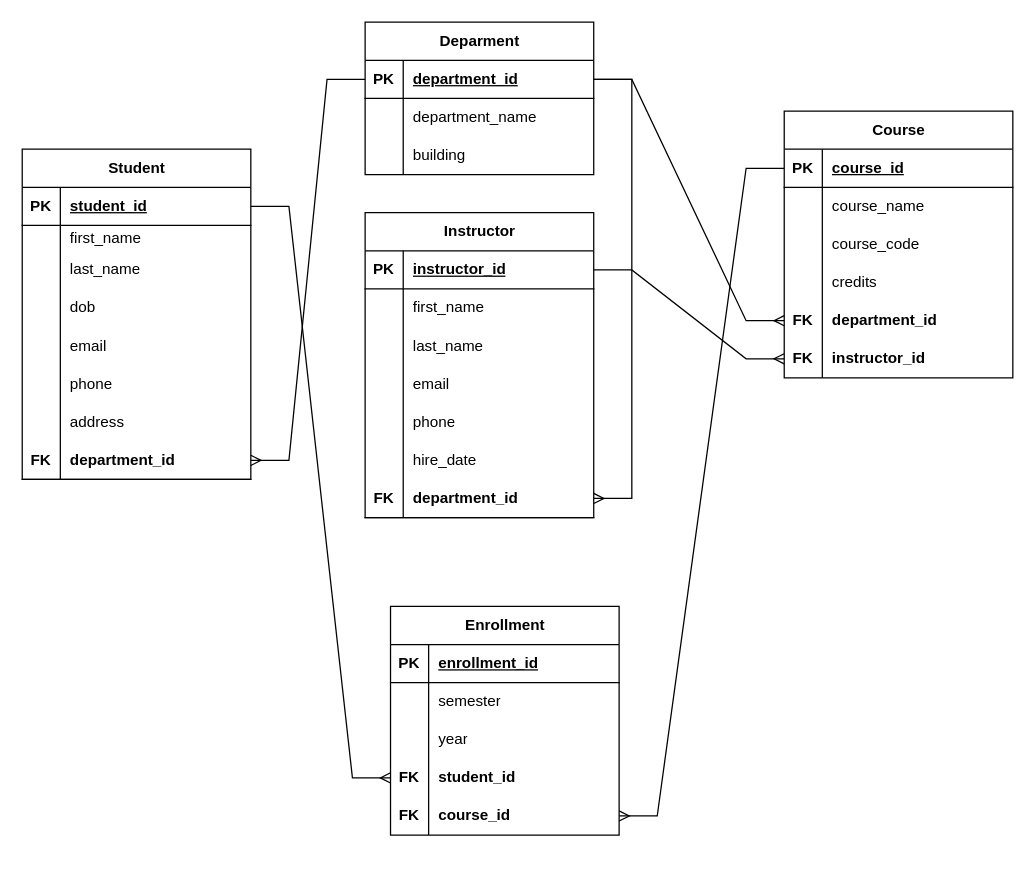
Earlier version of the draw.io diagram ERver1.drawio (queencherryd/CS1103). Source tidied: cells renumbered, new cells numbered last; positions are measured from the earlier drawing's top-left corner, leaving out a move shared by most shapes. Both pictures are drawn from the tidied source at 127%, with x=0, y=0 at pixel (22, 22).
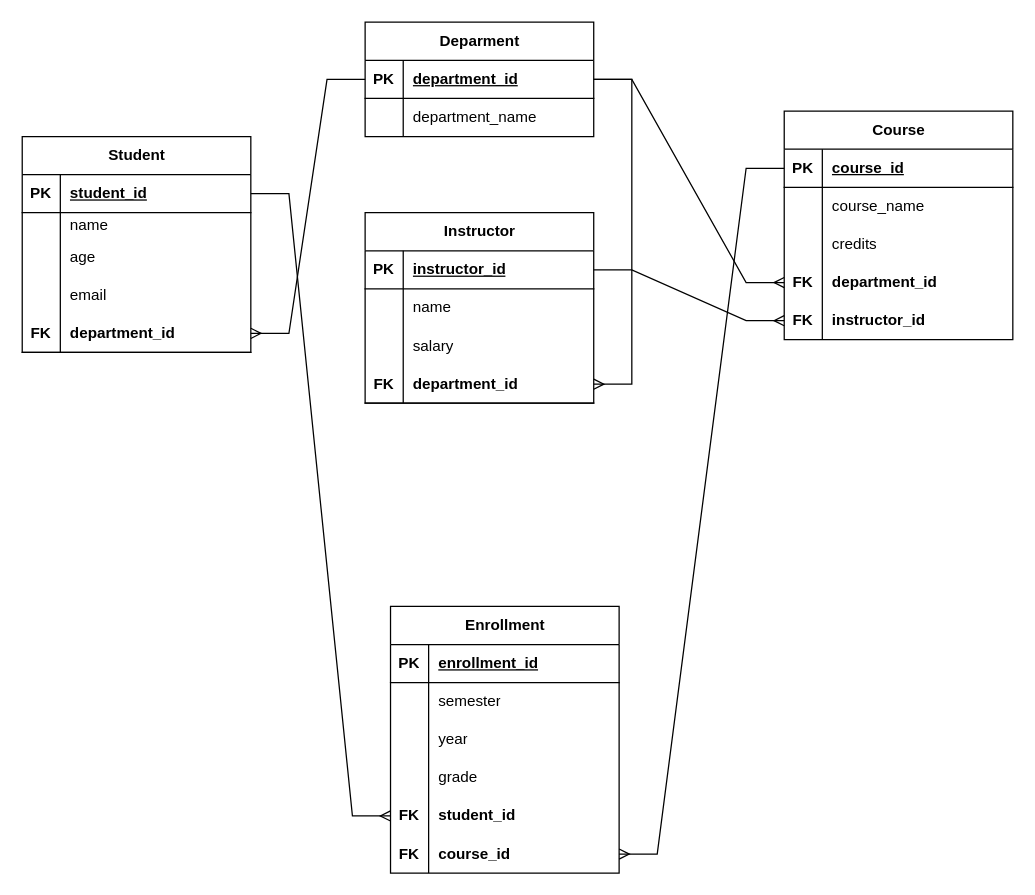
The same diagram, later.

The change refers to these unchanged cells:
```xml
<mxCell id="6" style="shape=tableRow;horizontal=0;startSize=0;swimlaneHead=0;swimlaneBody=0;fillColor=none;top=0;left=0;right=0;bottom=0;labelBackgroundColor=none;" parent="2" vertex="1">
  <mxGeometry y="60" width="180" height="20" as="geometry" />
</mxCell>
<mxCell id="31" style="shape=tableRow;horizontal=0;startSize=0;swimlaneHead=0;swimlaneBody=0;fillColor=none;top=0;left=0;right=0;bottom=0;labelBackgroundColor=none;" parent="27" vertex="1">
  <mxGeometry y="60" width="180" height="30" as="geometry" />
</mxCell>
```

Diff of the diagram source:
```diff
@@
     <mxCell id="2" value="Student" style="shape=table;startSize=30;childLayout=tableLayout;rowLines=0;fontStyle=1;align=center;html=1;labelBackgroundColor=none;" parent="1" vertex="1">
-      <mxGeometry y="100" width="180" height="260" as="geometry" />
+      <mxGeometry y="90" width="180" height="170" as="geometry" />
     </mxCell>
@@
-    <mxCell id="8" value="first_name" style="shape=partialRectangle;fillColor=none;top=0;left=0;bottom=0;right=0;align=left;spacingLeft=6;overflow=hidden;whiteSpace=wrap;html=1;labelBackgroundColor=none;" parent="6" vertex="1">
+    <mxCell id="8" value="name" style="shape=partialRectangle;fillColor=none;top=0;left=0;bottom=0;right=0;align=left;spacingLeft=6;overflow=hidden;whiteSpace=wrap;html=1;labelBackgroundColor=none;" parent="6" vertex="1">
       <mxGeometry x="30" width="150" height="20" as="geometry" />
     </mxCell>
-    <mxCell id="9" style="shape=tableRow;horizontal=0;startSize=0;swimlaneHead=0;swimlaneBody=0;fillColor=none;top=0;left=0;right=0;bottom=0;labelBackgroundColor=none;" parent="2" vertex="1">
-      <mxGeometry y="80" width="180" height="30" as="geometry" />
-    </mxCell>
-    <mxCell id="10" style="shape=partialRectangle;fillColor=none;top=0;left=0;bottom=0;right=0;overflow=hidden;whiteSpace=wrap;html=1;labelBackgroundColor=none;" parent="9" vertex="1">
-      <mxGeometry width="30" height="30" as="geometry" />
-    </mxCell>
-    <mxCell id="11" value="last_name" style="shape=partialRectangle;fillColor=none;top=0;left=0;bottom=0;right=0;align=left;spacingLeft=6;overflow=hidden;whiteSpace=wrap;html=1;labelBackgroundColor=none;" parent="9" vertex="1">
-      <mxGeometry x="30" width="150" height="30" as="geometry" />
-    </mxCell>
     <mxCell id="12" style="shape=tableRow;horizontal=0;startSize=0;swimlaneHead=0;swimlaneBody=0;fillColor=none;top=0;left=0;right=0;bottom=0;labelBackgroundColor=none;" parent="2" vertex="1">
-      <mxGeometry y="110" width="180" height="30" as="geometry" />
+      <mxGeometry y="80" width="180" height="30" as="geometry" />
     </mxCell>
@@
-    <mxCell id="14" value="dob" style="shape=partialRectangle;fillColor=none;top=0;left=0;bottom=0;right=0;align=left;spacingLeft=6;overflow=hidden;whiteSpace=wrap;html=1;labelBackgroundColor=none;" parent="12" vertex="1">
+    <mxCell id="14" value="age" style="shape=partialRectangle;fillColor=none;top=0;left=0;bottom=0;right=0;align=left;spacingLeft=6;overflow=hidden;whiteSpace=wrap;html=1;labelBackgroundColor=none;" parent="12" vertex="1">
       <mxGeometry x="30" width="150" height="30" as="geometry" />
     </mxCell>
     <mxCell id="15" style="shape=tableRow;horizontal=0;startSize=0;swimlaneHead=0;swimlaneBody=0;fillColor=none;top=0;left=0;right=0;bottom=0;labelBackgroundColor=none;" parent="2" vertex="1">
-      <mxGeometry y="140" width="180" height="30" as="geometry" />
+      <mxGeometry y="110" width="180" height="30" as="geometry" />
     </mxCell>
@@
-    <mxCell id="18" style="shape=tableRow;horizontal=0;startSize=0;swimlaneHead=0;swimlaneBody=0;fillColor=none;top=0;left=0;right=0;bottom=0;labelBackgroundColor=none;" parent="2" vertex="1">
-      <mxGeometry y="170" width="180" height="30" as="geometry" />
-    </mxCell>
-    <mxCell id="19" style="shape=partialRectangle;fillColor=none;top=0;left=0;bottom=0;right=0;overflow=hidden;whiteSpace=wrap;html=1;labelBackgroundColor=none;" parent="18" vertex="1">
-      <mxGeometry width="30" height="30" as="geometry" />
-    </mxCell>
-    <mxCell id="20" value="phone" style="shape=partialRectangle;fillColor=none;top=0;left=0;bottom=0;right=0;align=left;spacingLeft=6;overflow=hidden;whiteSpace=wrap;html=1;labelBackgroundColor=none;" parent="18" vertex="1">
-      <mxGeometry x="30" width="150" height="30" as="geometry" />
-    </mxCell>
-    <mxCell id="21" style="shape=tableRow;horizontal=0;startSize=0;swimlaneHead=0;swimlaneBody=0;fillColor=none;top=0;left=0;right=0;bottom=0;labelBackgroundColor=none;" parent="2" vertex="1">
-      <mxGeometry y="200" width="180" height="30" as="geometry" />
-    </mxCell>
-    <mxCell id="22" style="shape=partialRectangle;fillColor=none;top=0;left=0;bottom=0;right=0;overflow=hidden;whiteSpace=wrap;html=1;labelBackgroundColor=none;" parent="21" vertex="1">
-      <mxGeometry width="30" height="30" as="geometry" />
-    </mxCell>
-    <mxCell id="23" value="address" style="shape=partialRectangle;fillColor=none;top=0;left=0;bottom=0;right=0;align=left;spacingLeft=6;overflow=hidden;whiteSpace=wrap;html=1;labelBackgroundColor=none;" parent="21" vertex="1">
-      <mxGeometry x="30" width="150" height="30" as="geometry" />
-    </mxCell>
     <mxCell id="24" style="shape=tableRow;horizontal=0;startSize=0;swimlaneHead=0;swimlaneBody=0;fillColor=none;points=[[0,0.5],[1,0.5]];portConstraint=eastwest;top=0;left=0;right=0;bottom=1;labelBackgroundColor=none;" parent="2" vertex="1">
-      <mxGeometry y="230" width="180" height="30" as="geometry" />
+      <mxGeometry y="140" width="180" height="30" as="geometry" />
     </mxCell>
@@
     <mxCell id="27" value="Instructor" style="shape=table;startSize=30;childLayout=tableLayout;rowLines=0;fontStyle=1;align=center;html=1;labelBackgroundColor=none;" parent="1" vertex="1">
-      <mxGeometry x="270" y="150" width="180" height="240" as="geometry" />
+      <mxGeometry x="270" y="150" width="180" height="150" as="geometry" />
     </mxCell>
@@
-    <mxCell id="33" value="first_name" style="shape=partialRectangle;fillColor=none;top=0;left=0;bottom=0;right=0;align=left;spacingLeft=6;overflow=hidden;whiteSpace=wrap;html=1;labelBackgroundColor=none;" parent="31" vertex="1">
+    <mxCell id="33" value="name" style="shape=partialRectangle;fillColor=none;top=0;left=0;bottom=0;right=0;align=left;spacingLeft=6;overflow=hidden;whiteSpace=wrap;html=1;labelBackgroundColor=none;" parent="31" vertex="1">
       <mxGeometry x="30" width="150" height="30" as="geometry" />
     </mxCell>
-    <mxCell id="34" style="shape=tableRow;horizontal=0;startSize=0;swimlaneHead=0;swimlaneBody=0;fillColor=none;top=0;left=0;right=0;bottom=0;labelBackgroundColor=none;" parent="27" vertex="1">
-      <mxGeometry y="90" width="180" height="30" as="geometry" />
-    </mxCell>
-    <mxCell id="35" style="shape=partialRectangle;fillColor=none;top=0;left=0;bottom=0;right=0;overflow=hidden;whiteSpace=wrap;html=1;labelBackgroundColor=none;" parent="34" vertex="1">
-      <mxGeometry width="30" height="30" as="geometry" />
-    </mxCell>
-    <mxCell id="36" value="last_name" style="shape=partialRectangle;fillColor=none;top=0;left=0;bottom=0;right=0;align=left;spacingLeft=6;overflow=hidden;whiteSpace=wrap;html=1;labelBackgroundColor=none;" parent="34" vertex="1">
-      <mxGeometry x="30" width="150" height="30" as="geometry" />
-    </mxCell>
     <mxCell id="37" style="shape=tableRow;horizontal=0;startSize=0;swimlaneHead=0;swimlaneBody=0;fillColor=none;top=0;left=0;right=0;bottom=0;labelBackgroundColor=none;" parent="27" vertex="1">
-      <mxGeometry y="120" width="180" height="30" as="geometry" />
+      <mxGeometry y="90" width="180" height="30" as="geometry" />
     </mxCell>
@@
-    <mxCell id="39" value="email" style="shape=partialRectangle;fillColor=none;top=0;left=0;bottom=0;right=0;align=left;spacingLeft=6;overflow=hidden;whiteSpace=wrap;html=1;labelBackgroundColor=none;" parent="37" vertex="1">
+    <mxCell id="39" value="salary" style="shape=partialRectangle;fillColor=none;top=0;left=0;bottom=0;right=0;align=left;spacingLeft=6;overflow=hidden;whiteSpace=wrap;html=1;labelBackgroundColor=none;" parent="37" vertex="1">
       <mxGeometry x="30" width="150" height="30" as="geometry" />
     </mxCell>
-    <mxCell id="40" style="shape=tableRow;horizontal=0;startSize=0;swimlaneHead=0;swimlaneBody=0;fillColor=none;top=0;left=0;right=0;bottom=0;labelBackgroundColor=none;" parent="27" vertex="1">
-      <mxGeometry y="150" width="180" height="30" as="geometry" />
-    </mxCell>
-    <mxCell id="41" style="shape=partialRectangle;fillColor=none;top=0;left=0;bottom=0;right=0;overflow=hidden;whiteSpace=wrap;html=1;labelBackgroundColor=none;" parent="40" vertex="1">
-      <mxGeometry width="30" height="30" as="geometry" />
-    </mxCell>
-    <mxCell id="42" value="phone" style="shape=partialRectangle;fillColor=none;top=0;left=0;bottom=0;right=0;align=left;spacingLeft=6;overflow=hidden;whiteSpace=wrap;html=1;labelBackgroundColor=none;" parent="40" vertex="1">
-      <mxGeometry x="30" width="150" height="30" as="geometry" />
-    </mxCell>
-    <mxCell id="43" style="shape=tableRow;horizontal=0;startSize=0;swimlaneHead=0;swimlaneBody=0;fillColor=none;top=0;left=0;right=0;bottom=0;labelBackgroundColor=none;" parent="27" vertex="1">
-      <mxGeometry y="180" width="180" height="30" as="geometry" />
-    </mxCell>
-    <mxCell id="44" style="shape=partialRectangle;fillColor=none;top=0;left=0;bottom=0;right=0;overflow=hidden;whiteSpace=wrap;html=1;labelBackgroundColor=none;" parent="43" vertex="1">
-      <mxGeometry width="30" height="30" as="geometry" />
-    </mxCell>
-    <mxCell id="45" value="hire_date" style="shape=partialRectangle;fillColor=none;top=0;left=0;bottom=0;right=0;align=left;spacingLeft=6;overflow=hidden;whiteSpace=wrap;html=1;labelBackgroundColor=none;" parent="43" vertex="1">
-      <mxGeometry x="30" width="150" height="30" as="geometry" />
-    </mxCell>
     <mxCell id="46" style="shape=tableRow;horizontal=0;startSize=0;swimlaneHead=0;swimlaneBody=0;fillColor=none;points=[[0,0.5],[1,0.5]];portConstraint=eastwest;top=0;left=0;right=0;bottom=1;labelBackgroundColor=none;" parent="27" vertex="1">
-      <mxGeometry y="210" width="180" height="30" as="geometry" />
+      <mxGeometry y="120" width="180" height="30" as="geometry" />
     </mxCell>
@@
     <mxCell id="49" value="Course" style="shape=table;startSize=30;childLayout=tableLayout;rowLines=0;fontStyle=1;align=center;html=1;labelBackgroundColor=none;" parent="1" vertex="1">
-      <mxGeometry x="600" y="70" width="180" height="210" as="geometry" />
+      <mxGeometry x="600" y="70" width="180" height="180" as="geometry" />
     </mxCell>
@@
-    <mxCell id="56" style="shape=tableRow;horizontal=0;startSize=0;swimlaneHead=0;swimlaneBody=0;fillColor=none;top=0;left=0;right=0;bottom=0;labelBackgroundColor=none;" parent="49" vertex="1">
-      <mxGeometry y="90" width="180" height="30" as="geometry" />
-    </mxCell>
-    <mxCell id="57" style="shape=partialRectangle;fillColor=none;top=0;left=0;bottom=0;right=0;overflow=hidden;whiteSpace=wrap;html=1;labelBackgroundColor=none;" parent="56" vertex="1">
-      <mxGeometry width="30" height="30" as="geometry" />
-    </mxCell>
-    <mxCell id="58" value="course_code" style="shape=partialRectangle;fillColor=none;top=0;left=0;bottom=0;right=0;align=left;spacingLeft=6;overflow=hidden;whiteSpace=wrap;html=1;labelBackgroundColor=none;" parent="56" vertex="1">
-      <mxGeometry x="30" width="150" height="30" as="geometry" />
-    </mxCell>
     <mxCell id="59" style="shape=tableRow;horizontal=0;startSize=0;swimlaneHead=0;swimlaneBody=0;fillColor=none;top=0;left=0;right=0;bottom=0;labelBackgroundColor=none;" parent="49" vertex="1">
-      <mxGeometry y="120" width="180" height="30" as="geometry" />
+      <mxGeometry y="90" width="180" height="30" as="geometry" />
     </mxCell>
@@
     <mxCell id="62" style="shape=tableRow;horizontal=0;startSize=0;swimlaneHead=0;swimlaneBody=0;fillColor=none;points=[[0,0.5],[1,0.5]];portConstraint=eastwest;top=0;left=0;right=0;bottom=0;labelBackgroundColor=none;" parent="49" vertex="1">
-      <mxGeometry y="150" width="180" height="30" as="geometry" />
+      <mxGeometry y="120" width="180" height="30" as="geometry" />
     </mxCell>
@@
     <mxCell id="65" style="shape=tableRow;horizontal=0;startSize=0;swimlaneHead=0;swimlaneBody=0;fillColor=none;points=[[0,0.5],[1,0.5]];portConstraint=eastwest;top=0;left=0;right=0;bottom=0;labelBackgroundColor=none;" parent="49" vertex="1">
-      <mxGeometry y="180" width="180" height="30" as="geometry" />
+      <mxGeometry y="150" width="180" height="30" as="geometry" />
     </mxCell>
@@
     <mxCell id="68" value="Deparment" style="shape=table;startSize=30;childLayout=tableLayout;rowLines=0;fontStyle=1;align=center;html=1;labelBackgroundColor=none;" parent="1" vertex="1">
-      <mxGeometry x="270" width="180" height="120" as="geometry" />
+      <mxGeometry x="270" width="180" height="90" as="geometry" />
     </mxCell>
@@
-    <mxCell id="75" style="shape=tableRow;horizontal=0;startSize=0;swimlaneHead=0;swimlaneBody=0;fillColor=none;top=0;left=0;right=0;bottom=0;labelBackgroundColor=none;" parent="68" vertex="1">
-      <mxGeometry y="90" width="180" height="30" as="geometry" />
-    </mxCell>
-    <mxCell id="76" style="shape=partialRectangle;fillColor=none;top=0;left=0;bottom=0;right=0;overflow=hidden;whiteSpace=wrap;html=1;labelBackgroundColor=none;" parent="75" vertex="1">
-      <mxGeometry width="30" height="30" as="geometry" />
-    </mxCell>
-    <mxCell id="77" value="building" style="shape=partialRectangle;fillColor=none;top=0;left=0;bottom=0;right=0;align=left;spacingLeft=6;overflow=hidden;whiteSpace=wrap;html=1;labelBackgroundColor=none;" parent="75" vertex="1">
-      <mxGeometry x="30" width="150" height="30" as="geometry" />
-    </mxCell>
     <mxCell id="78" value="Enrollment" style="shape=table;startSize=30;childLayout=tableLayout;rowLines=0;fontStyle=1;align=center;html=1;labelBackgroundColor=none;" parent="1" vertex="1">
-      <mxGeometry x="290" y="460" width="180" height="180" as="geometry" />
+      <mxGeometry x="290" y="460" width="180" height="210" as="geometry" />
     </mxCell>
@@
+    <mxCell id="100" style="shape=tableRow;horizontal=0;startSize=0;swimlaneHead=0;swimlaneBody=0;fillColor=none;top=0;left=0;right=0;bottom=0;labelBackgroundColor=none;" parent="78" vertex="1">
+      <mxGeometry y="120" width="180" height="30" as="geometry" />
+    </mxCell>
+    <mxCell id="101" style="shape=partialRectangle;fillColor=none;top=0;left=0;bottom=0;right=0;overflow=hidden;whiteSpace=wrap;html=1;labelBackgroundColor=none;" parent="100" vertex="1">
+      <mxGeometry width="30" height="30" as="geometry" />
+    </mxCell>
+    <mxCell id="102" value="grade" style="shape=partialRectangle;fillColor=none;top=0;left=0;bottom=0;right=0;align=left;spacingLeft=6;overflow=hidden;whiteSpace=wrap;html=1;labelBackgroundColor=none;" parent="100" vertex="1">
+      <mxGeometry x="30" width="150" height="30" as="geometry" />
+    </mxCell>
     <mxCell id="88" style="shape=tableRow;horizontal=0;startSize=0;swimlaneHead=0;swimlaneBody=0;fillColor=none;points=[[0,0.5],[1,0.5]];portConstraint=eastwest;top=0;left=0;right=0;bottom=0;labelBackgroundColor=none;" parent="78" vertex="1">
-      <mxGeometry y="120" width="180" height="30" as="geometry" />
+      <mxGeometry y="150" width="180" height="30" as="geometry" />
     </mxCell>
@@
     <mxCell id="91" style="shape=tableRow;horizontal=0;startSize=0;swimlaneHead=0;swimlaneBody=0;fillColor=none;points=[[0,0.5],[1,0.5]];portConstraint=eastwest;top=0;left=0;right=0;bottom=0;labelBackgroundColor=none;" parent="78" vertex="1">
-      <mxGeometry y="150" width="180" height="30" as="geometry" />
+      <mxGeometry y="180" width="180" height="30" as="geometry" />
     </mxCell>
```
